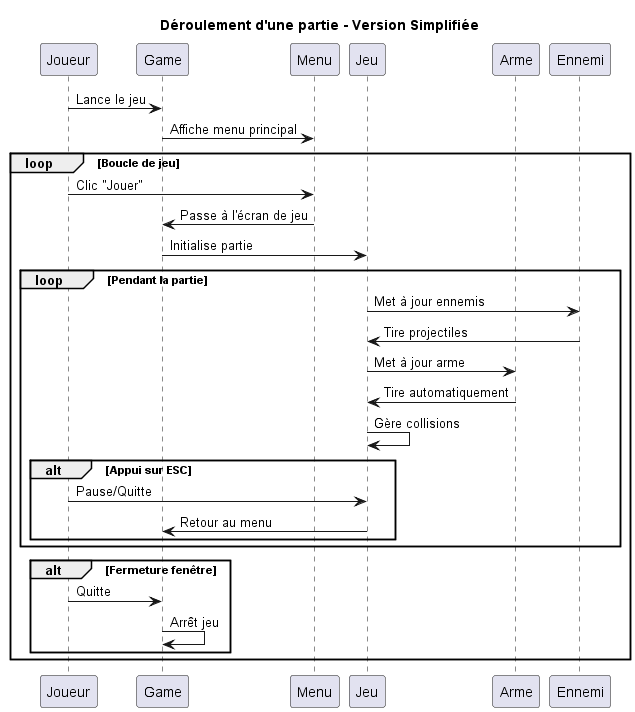
Above: out/Déroulement d'une partie de Tour Maudite/SequenceDiagram.png in AzEnTa1/the-cursed-tower (PlantUML), before the change. The source it was exported from:
```plantuml
@startuml SequenceDiagram
title Déroulement d'une partie - Version Simplifiée

participant "Joueur" as J
participant "Game" as G
participant "Menu" as M
participant "Jeu" as JEU
participant "Arme" as A
participant "Ennemi" as E

J -> G : Lance le jeu
G -> M : Affiche menu principal

loop Boucle de jeu
    J -> M : Clic "Jouer"
    M -> G : Passe à l'écran de jeu
    G -> JEU : Initialise partie

    loop Pendant la partie
        JEU -> E : Met à jour ennemis
        E -> JEU : Tire projectiles
        JEU -> A : Met à jour arme
        A -> JEU : Tire automatiquement
        JEU -> JEU : Gère collisions

        alt Appui sur ESC
            J -> JEU : Pause/Quitte
            JEU -> G : Retour au menu
        end
    end

    alt Fermeture fenêtre
        J -> G : Quitte
        G -> G : Arrêt jeu
    end
end
@enduml
```
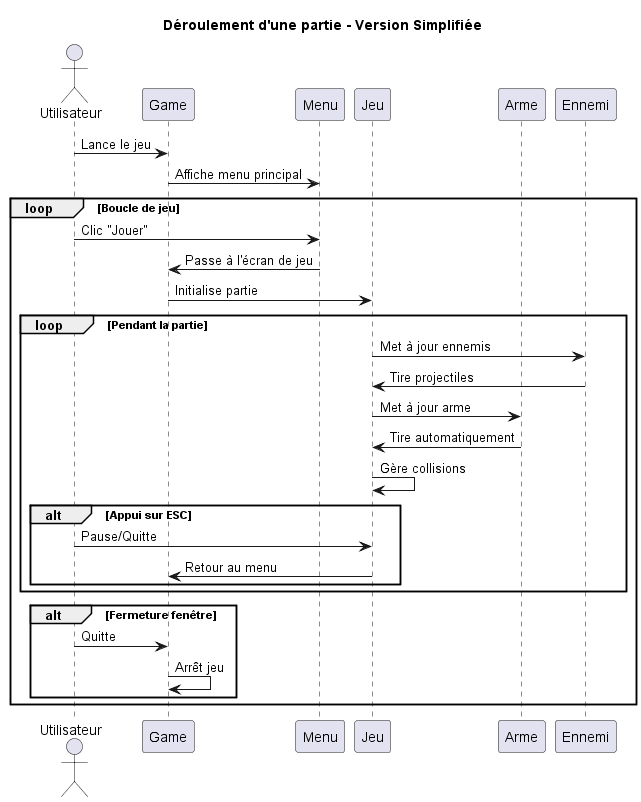
Later version of the same file.

Commit message:
Utilisateur et pas joueur

Diff of the diagram source:
```diff
@@ -1,7 +1,7 @@
 @startuml SequenceDiagram
 title Déroulement d'une partie - Version Simplifiée
 
-participant "Joueur" as J
+actor "Utilisateur" as J
 participant "Game" as G
 participant "Menu" as M
 participant "Jeu" as JEU
```
